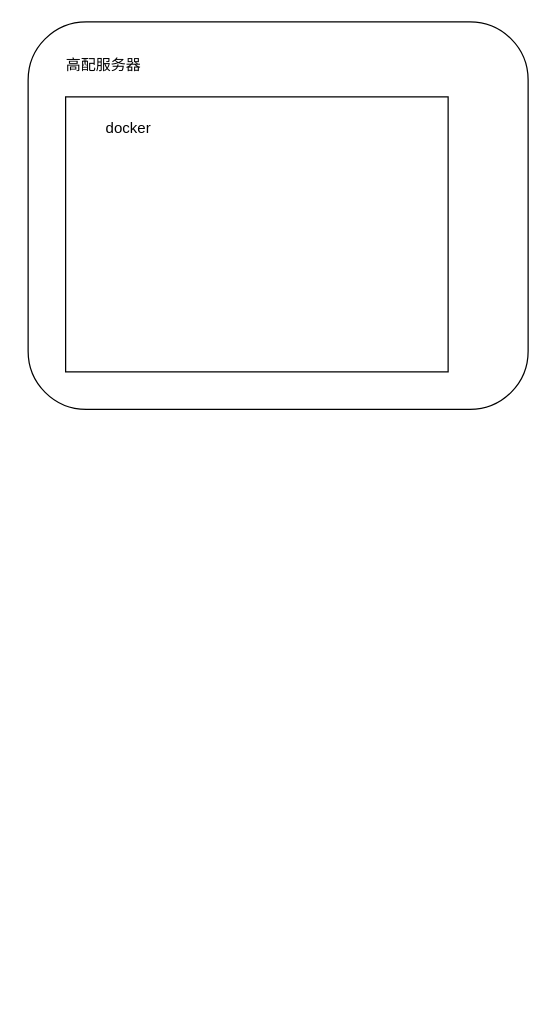
The draw.io diagram 未命名绘图.drawio in Saiable/drawio, before the edit. Source tidied: cells renumbered, new cells numbered last; positions are measured from the earlier drawing's top-left corner, leaving out a move shared by most shapes. Both pictures are drawn from the tidied source at 125%, with x=0, y=0 at pixel (28, 21).
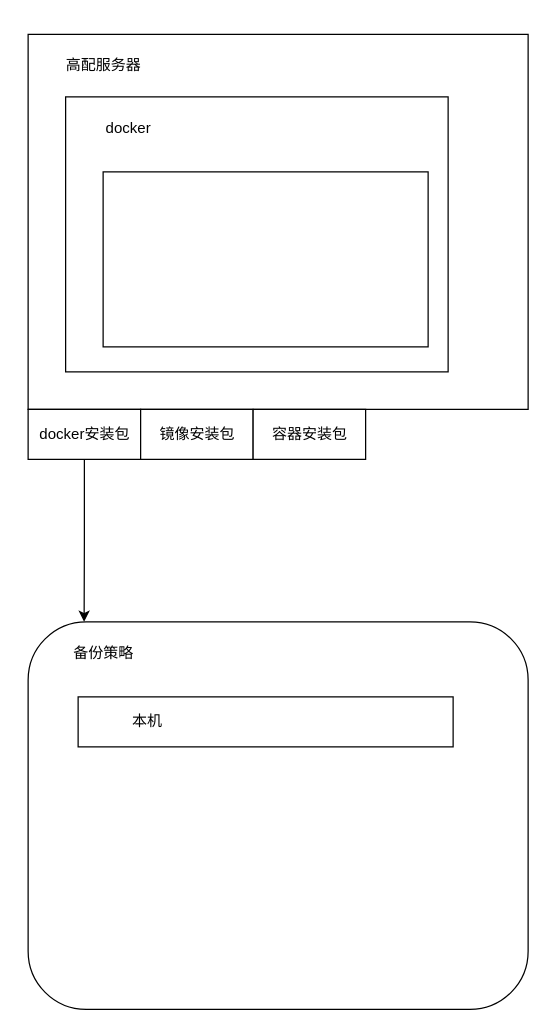
The same diagram, later.

Commit message:
个人工作流.drawio

Diff of the diagram source:
```diff
@@
 <mxGraphModel>
   <root>
     <mxCell id="0" />
     <mxCell id="1" parent="0" />
-    <mxCell id="2" style="rounded=1;whiteSpace=wrap;html=1;" parent="1" vertex="1">
-      <mxGeometry width="400" height="310" as="geometry" />
-    </mxCell>
+    <mxCell id="6" style="rounded=0;whiteSpace=wrap;html=1;" parent="1" vertex="1">
+      <mxGeometry y="10" width="400" height="300" as="geometry" />
+    </mxCell>
     <mxCell id="3" value="高配服务器" style="text;html=1;align=center;verticalAlign=middle;strokeColor=none;fillColor=none;" parent="1" vertex="1">
       <mxGeometry x="20" y="20" width="80" height="30" as="geometry" />
     </mxCell>
     <mxCell id="4" style="rounded=0;whiteSpace=wrap;html=1;" parent="1" vertex="1">
       <mxGeometry x="30" y="60" width="306" height="220" as="geometry" />
     </mxCell>
     <mxCell id="5" value="docker" style="text;html=1;align=center;verticalAlign=middle;strokeColor=none;fillColor=none;" parent="1" vertex="1">
       <mxGeometry x="50" y="70" width="60" height="30" as="geometry" />
     </mxCell>
+    <mxCell id="7" style="rounded=1;whiteSpace=wrap;html=1;" parent="1" vertex="1">
+      <mxGeometry y="480" width="400" height="310" as="geometry" />
+    </mxCell>
+    <mxCell id="8" value="备份策略" style="text;html=1;align=center;verticalAlign=middle;strokeColor=none;fillColor=none;" parent="1" vertex="1">
+      <mxGeometry x="25" y="490" width="70" height="30" as="geometry" />
+    </mxCell>
+    <mxCell id="9" style="rounded=0;whiteSpace=wrap;html=1;" parent="1" vertex="1">
+      <mxGeometry x="40" y="540" width="300" height="40" as="geometry" />
+    </mxCell>
+    <mxCell id="10" value="本机" style="text;html=1;align=center;verticalAlign=middle;strokeColor=none;fillColor=none;" parent="1" vertex="1">
+      <mxGeometry x="70" y="545" width="50" height="30" as="geometry" />
+    </mxCell>
+    <mxCell id="11" style="rounded=0;whiteSpace=wrap;html=1;" parent="1" vertex="1">
+      <mxGeometry x="60" y="120" width="260" height="140" as="geometry" />
+    </mxCell>
+    <mxCell id="12" style="rounded=0;whiteSpace=wrap;html=1;" parent="1" vertex="1">
+      <mxGeometry y="310" width="90" height="40" as="geometry" />
+    </mxCell>
+    <mxCell id="13" value="docker安装包" style="text;html=1;align=center;verticalAlign=middle;strokeColor=none;fillColor=none;" parent="1" vertex="1">
+      <mxGeometry x="-5" y="315" width="100" height="30" as="geometry" />
+    </mxCell>
+    <mxCell id="14" style="group;" parent="1" vertex="1">
+      <mxGeometry x="90" y="310" width="100" height="40" as="geometry" />
+    </mxCell>
+    <mxCell id="15" style="rounded=0;whiteSpace=wrap;html=1;" parent="14" vertex="1">
+      <mxGeometry width="90" height="40" as="geometry" />
+    </mxCell>
+    <mxCell id="16" value="镜像安装包" style="text;html=1;align=center;verticalAlign=middle;strokeColor=none;fillColor=none;" parent="14" vertex="1">
+      <mxGeometry x="5" y="5" width="80" height="30" as="geometry" />
+    </mxCell>
+    <mxCell id="17" style="rounded=0;whiteSpace=wrap;html=1;" parent="1" vertex="1">
+      <mxGeometry x="180" y="310" width="90" height="40" as="geometry" />
+    </mxCell>
+    <mxCell id="18" value="容器安装包" style="text;html=1;align=center;verticalAlign=middle;strokeColor=none;fillColor=none;" parent="1" vertex="1">
+      <mxGeometry x="185" y="315" width="80" height="30" as="geometry" />
+    </mxCell>
+    <mxCell id="19" style="edgeStyle=orthogonalEdgeStyle;rounded=0;jettySize=auto;html=1;entryX=0.112;entryY=0;entryDx=0;entryDy=0;entryPerimeter=0;" parent="1" edge="1" source="12" target="7">
+      <mxGeometry relative="1" as="geometry" />
+    </mxCell>
   </root>
 </mxGraphModel>
```
